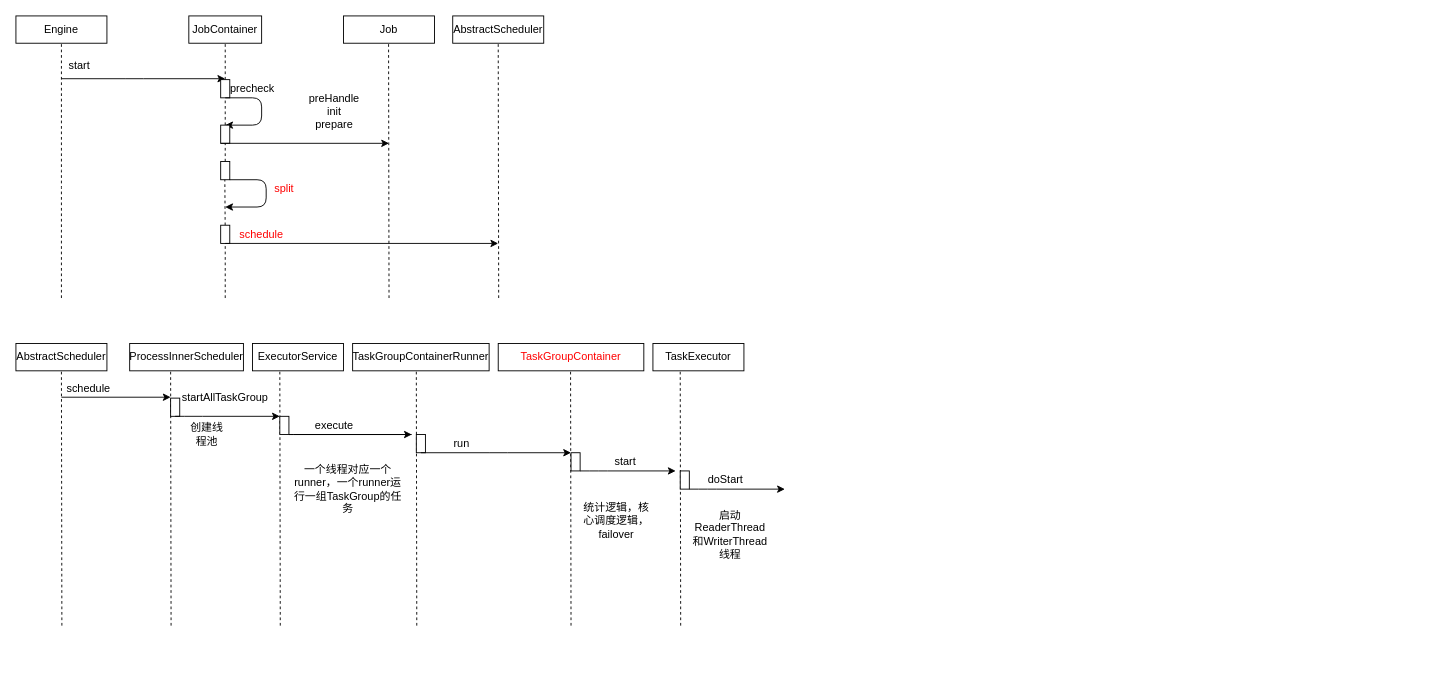
Before: DataX.drawio in yeahsyoung/diagram, a draw.io diagram. Source tidied: cells renumbered, new cells numbered last; positions are measured from the earlier drawing's top-left corner, leaving out a move shared by most shapes. Both pictures are drawn from the tidied source at 91%, with x=0, y=0 at pixel (15, 15).
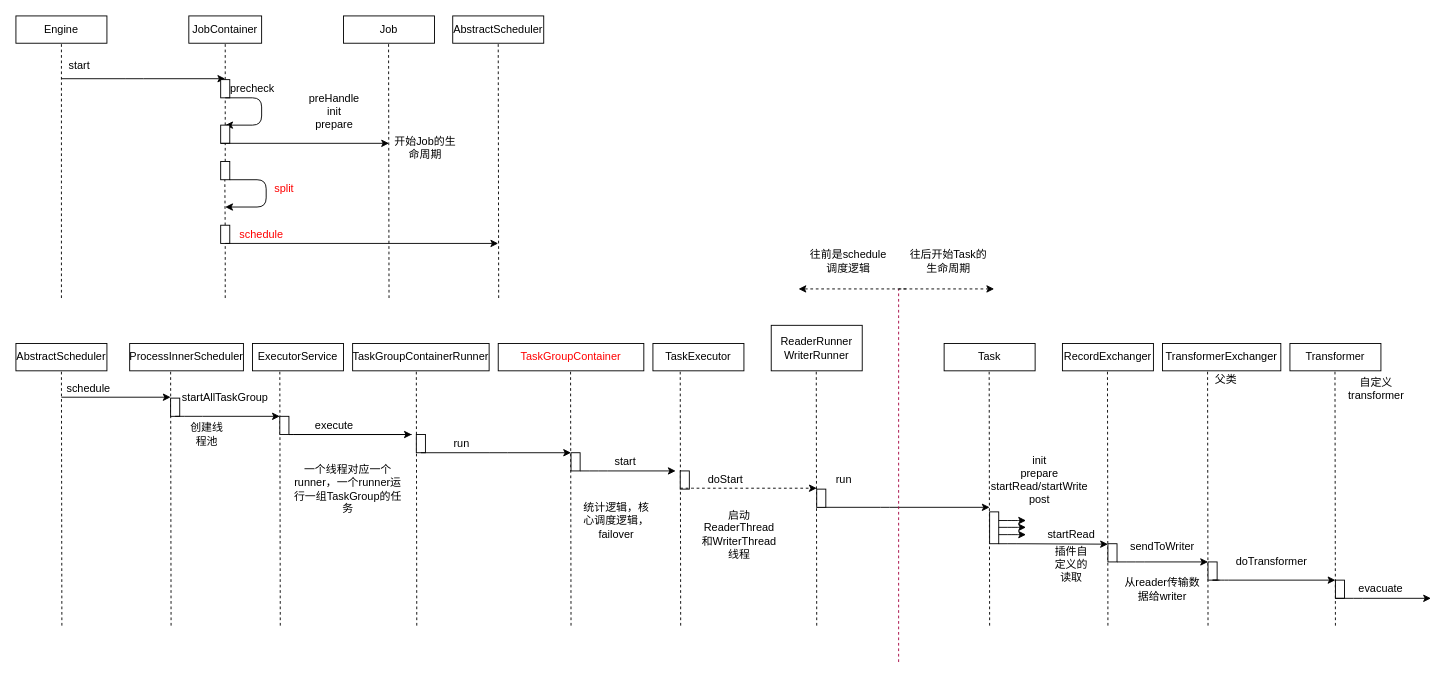
After the change.

Diff of the diagram source:
```diff
@@
-    <mxCell id="55" style="endArrow=classic;html=1;" parent="1" edge="1">
-      <mxGeometry relative="1" as="geometry">
-        <mxPoint x="740" y="520" as="sourcePoint" />
-        <mxPoint x="845" y="520" as="targetPoint" />
-        <Array as="points">
-          <mxPoint x="760" y="520" />
-        </Array>
-      </mxGeometry>
-    </mxCell>
@@
     <mxCell id="57" value="启动ReaderThread和WriterThread线程" style="text;html=1;strokeColor=none;fillColor=none;align=center;verticalAlign=middle;whiteSpace=wrap;rounded=0;" parent="1" vertex="1">
-      <mxGeometry x="740" y="530" width="90" height="80" as="geometry" />
+      <mxGeometry x="750" y="530" width="90" height="80" as="geometry" />
     </mxCell>
@@
+    <mxCell id="61" value="ReaderRunner&lt;br&gt;WriterRunner" style="rounded=0;whiteSpace=wrap;html=1;" parent="1" vertex="1">
+      <mxGeometry x="830" y="340" width="100" height="50" as="geometry" />
+    </mxCell>
+    <mxCell id="62" style="endArrow=none;dashed=1;html=1;" parent="1" edge="1">
+      <mxGeometry relative="1" as="geometry">
+        <mxPoint x="880" y="670" as="sourcePoint" />
+        <mxPoint x="879.5" y="390" as="targetPoint" />
+      </mxGeometry>
+    </mxCell>
+    <mxCell id="63" value="run" style="text;html=1;strokeColor=none;fillColor=none;align=center;verticalAlign=middle;whiteSpace=wrap;rounded=0;" parent="1" vertex="1">
+      <mxGeometry x="890" y="500" width="40" height="20" as="geometry" />
+    </mxCell>
+    <mxCell id="64" style="endArrow=classic;html=1;dashed=1;" parent="1" edge="1">
+      <mxGeometry relative="1" as="geometry">
+        <mxPoint x="730" y="519" as="sourcePoint" />
+        <mxPoint x="880" y="519" as="targetPoint" />
+        <Array as="points">
+          <mxPoint x="750" y="519" />
+        </Array>
+      </mxGeometry>
+    </mxCell>
+    <mxCell id="65" value="init&lt;br&gt;prepare&lt;br&gt;startRead/startWrite&lt;br&gt;post" style="text;html=1;strokeColor=none;fillColor=none;align=center;verticalAlign=middle;whiteSpace=wrap;rounded=0;" parent="1" vertex="1">
+      <mxGeometry x="1060" y="480" width="130" height="60" as="geometry" />
+    </mxCell>
+    <mxCell id="66" value="开始Job的生命周期" style="text;html=1;strokeColor=none;fillColor=none;align=center;verticalAlign=middle;whiteSpace=wrap;rounded=0;" parent="1" vertex="1">
+      <mxGeometry x="410" y="130" width="80" height="30" as="geometry" />
+    </mxCell>
+    <mxCell id="67" value="Task" style="rounded=0;whiteSpace=wrap;html=1;" parent="1" vertex="1">
+      <mxGeometry x="1020" y="360" width="100" height="30" as="geometry" />
+    </mxCell>
+    <mxCell id="68" style="endArrow=classic;html=1;" parent="1" edge="1">
+      <mxGeometry relative="1" as="geometry">
+        <mxPoint x="880" y="540" as="sourcePoint" />
+        <mxPoint x="1070" y="540" as="targetPoint" />
+        <Array as="points">
+          <mxPoint x="960" y="540" />
+        </Array>
+      </mxGeometry>
+    </mxCell>
+    <mxCell id="69" style="endArrow=none;dashed=1;html=1;" parent="1" edge="1">
+      <mxGeometry relative="1" as="geometry">
+        <mxPoint x="1070" y="670" as="sourcePoint" />
+        <mxPoint x="1069.5" y="390" as="targetPoint" />
+      </mxGeometry>
+    </mxCell>
+    <mxCell id="70" style="rounded=0;whiteSpace=wrap;html=1;" parent="1" vertex="1">
+      <mxGeometry x="880" y="520" width="10" height="20" as="geometry" />
+    </mxCell>
+    <mxCell id="71" style="rounded=0;whiteSpace=wrap;html=1;" parent="1" vertex="1">
+      <mxGeometry x="1070" y="545" width="10" height="35" as="geometry" />
+    </mxCell>
+    <mxCell id="72" style="endArrow=classic;html=1;" parent="1" edge="1">
+      <mxGeometry relative="1" as="geometry">
+        <mxPoint x="1080" y="554.5" as="sourcePoint" />
+        <mxPoint x="1110" y="554.5" as="targetPoint" />
+        <Array as="points">
+          <mxPoint x="1100" y="554.5" />
+        </Array>
+      </mxGeometry>
+    </mxCell>
+    <mxCell id="73" style="endArrow=classic;html=1;" parent="1" edge="1">
+      <mxGeometry relative="1" as="geometry">
+        <mxPoint x="1080" y="562" as="sourcePoint" />
+        <mxPoint x="1110" y="562" as="targetPoint" />
+        <Array as="points">
+          <mxPoint x="1100" y="562" />
+        </Array>
+      </mxGeometry>
+    </mxCell>
+    <mxCell id="74" style="endArrow=classic;html=1;" parent="1" edge="1">
+      <mxGeometry relative="1" as="geometry">
+        <mxPoint x="1080" y="570" as="sourcePoint" />
+        <mxPoint x="1110" y="570" as="targetPoint" />
+        <Array as="points">
+          <mxPoint x="1100" y="570" />
+        </Array>
+      </mxGeometry>
+    </mxCell>
+    <mxCell id="75" style="endArrow=classic;html=1;" parent="1" edge="1">
+      <mxGeometry relative="1" as="geometry">
+        <mxPoint x="1080" y="580" as="sourcePoint" />
+        <mxPoint x="1200" y="580.5" as="targetPoint" />
+        <Array as="points">
+          <mxPoint x="1100" y="580" />
+        </Array>
+      </mxGeometry>
+    </mxCell>
+    <mxCell id="76" value="RecordExchanger" style="rounded=0;whiteSpace=wrap;html=1;" parent="1" vertex="1">
+      <mxGeometry x="1150" y="360" width="100" height="30" as="geometry" />
+    </mxCell>
+    <mxCell id="77" value="startRead" style="text;html=1;strokeColor=none;fillColor=none;align=center;verticalAlign=middle;whiteSpace=wrap;rounded=0;" parent="1" vertex="1">
+      <mxGeometry x="1140" y="560" width="40" height="20" as="geometry" />
+    </mxCell>
+    <mxCell id="78" style="endArrow=none;dashed=1;html=1;" parent="1" edge="1">
+      <mxGeometry relative="1" as="geometry">
+        <mxPoint x="1200" y="670" as="sourcePoint" />
+        <mxPoint x="1199.5" y="390" as="targetPoint" />
+      </mxGeometry>
+    </mxCell>
+    <mxCell id="79" style="rounded=0;whiteSpace=wrap;html=1;" parent="1" vertex="1">
+      <mxGeometry x="1200" y="580" width="10" height="20" as="geometry" />
+    </mxCell>
+    <mxCell id="80" value="TransformerExchanger" style="rounded=0;whiteSpace=wrap;html=1;" parent="1" vertex="1">
+      <mxGeometry x="1260" y="360" width="130" height="30" as="geometry" />
+    </mxCell>
+    <mxCell id="81" style="endArrow=none;dashed=1;html=1;" parent="1" edge="1">
+      <mxGeometry relative="1" as="geometry">
+        <mxPoint x="1310" y="670" as="sourcePoint" />
+        <mxPoint x="1309.5" y="390" as="targetPoint" />
+      </mxGeometry>
+    </mxCell>
+    <mxCell id="82" style="endArrow=classic;html=1;" parent="1" edge="1">
+      <mxGeometry relative="1" as="geometry">
+        <mxPoint x="1210" y="600" as="sourcePoint" />
+        <mxPoint x="1310" y="600" as="targetPoint" />
+        <Array as="points">
+          <mxPoint x="1230" y="600" />
+        </Array>
+      </mxGeometry>
+    </mxCell>
+    <mxCell id="83" value="sendToWriter" style="text;html=1;strokeColor=none;fillColor=none;align=center;verticalAlign=middle;whiteSpace=wrap;rounded=0;" parent="1" vertex="1">
+      <mxGeometry x="1240" y="572.5" width="40" height="20" as="geometry" />
+    </mxCell>
+    <mxCell id="84" value="父类" style="text;html=1;strokeColor=none;fillColor=none;align=center;verticalAlign=middle;whiteSpace=wrap;rounded=0;" parent="1" vertex="1">
+      <mxGeometry x="1310" y="390" width="40" height="20" as="geometry" />
+    </mxCell>
+    <mxCell id="85" style="rounded=0;whiteSpace=wrap;html=1;" parent="1" vertex="1">
+      <mxGeometry x="1310" y="600" width="10" height="20" as="geometry" />
+    </mxCell>
+    <mxCell id="86" style="endArrow=classic;html=1;" parent="1" edge="1">
+      <mxGeometry relative="1" as="geometry">
+        <mxPoint x="1322.5" y="620" as="sourcePoint" />
+        <mxPoint x="1450" y="620" as="targetPoint" />
+        <Array as="points">
+          <mxPoint x="1312.5" y="620" />
+          <mxPoint x="1322.5" y="620" />
+        </Array>
+      </mxGeometry>
+    </mxCell>
+    <mxCell id="87" value="doTransformer" style="text;html=1;strokeColor=none;fillColor=none;align=center;verticalAlign=middle;whiteSpace=wrap;rounded=0;" parent="1" vertex="1">
+      <mxGeometry x="1360" y="590" width="40" height="20" as="geometry" />
+    </mxCell>
+    <mxCell id="88" value="Transformer" style="rounded=0;whiteSpace=wrap;html=1;" parent="1" vertex="1">
+      <mxGeometry x="1400" y="360" width="100" height="30" as="geometry" />
+    </mxCell>
+    <mxCell id="89" style="endArrow=none;dashed=1;html=1;" parent="1" edge="1">
+      <mxGeometry relative="1" as="geometry">
+        <mxPoint x="1450" y="670" as="sourcePoint" />
+        <mxPoint x="1449.5" y="390" as="targetPoint" />
+      </mxGeometry>
+    </mxCell>
+    <mxCell id="90" style="rounded=0;whiteSpace=wrap;html=1;" parent="1" vertex="1">
+      <mxGeometry x="1450" y="620" width="10" height="20" as="geometry" />
+    </mxCell>
+    <mxCell id="91" style="endArrow=classic;html=1;" parent="1" edge="1">
+      <mxGeometry relative="1" as="geometry">
+        <mxPoint x="1450" y="640" as="sourcePoint" />
+        <mxPoint x="1555" y="640" as="targetPoint" />
+        <Array as="points">
+          <mxPoint x="1470" y="640" />
+        </Array>
+      </mxGeometry>
+    </mxCell>
+    <mxCell id="92" value="evacuate" style="text;html=1;strokeColor=none;fillColor=none;align=center;verticalAlign=middle;whiteSpace=wrap;rounded=0;" parent="1" vertex="1">
+      <mxGeometry x="1480" y="620" width="40" height="20" as="geometry" />
+    </mxCell>
+    <mxCell id="93" value="插件自定义的读取" style="text;html=1;strokeColor=none;fillColor=none;align=center;verticalAlign=middle;whiteSpace=wrap;rounded=0;" parent="1" vertex="1">
+      <mxGeometry x="1140" y="592.5" width="40" height="20" as="geometry" />
+    </mxCell>
+    <mxCell id="94" value="从reader传输数据给writer" style="text;html=1;strokeColor=none;fillColor=none;align=center;verticalAlign=middle;whiteSpace=wrap;rounded=0;" parent="1" vertex="1">
+      <mxGeometry x="1215" y="605" width="90" height="50" as="geometry" />
+    </mxCell>
+    <mxCell id="95" style="endArrow=none;dashed=1;html=1;fillColor=#d80073;strokeColor=#A50040;" parent="1" edge="1">
+      <mxGeometry relative="1" as="geometry">
+        <mxPoint x="970" y="710" as="sourcePoint" />
+        <mxPoint x="970" y="300" as="targetPoint" />
+      </mxGeometry>
+    </mxCell>
+    <mxCell id="96" value="自定义transformer" style="text;html=1;strokeColor=none;fillColor=none;align=center;verticalAlign=middle;whiteSpace=wrap;rounded=0;" parent="1" vertex="1">
+      <mxGeometry x="1450" y="390" width="90" height="40" as="geometry" />
+    </mxCell>
+    <mxCell id="97" style="endArrow=classic;html=1;dashed=1;" parent="1" edge="1">
+      <mxGeometry relative="1" as="geometry">
+        <mxPoint x="970" y="300" as="sourcePoint" />
+        <mxPoint x="1075" y="300" as="targetPoint" />
+      </mxGeometry>
+    </mxCell>
+    <mxCell id="98" style="endArrow=classic;html=1;dashed=1;" parent="1" edge="1">
+      <mxGeometry relative="1" as="geometry">
+        <mxPoint x="978" y="300" as="sourcePoint" />
+        <mxPoint x="860" y="300" as="targetPoint" />
+        <Array as="points">
+          <mxPoint x="977.5" y="300" />
+        </Array>
+      </mxGeometry>
+    </mxCell>
+    <mxCell id="99" value="往前是schedule调度逻辑" style="text;html=1;strokeColor=none;fillColor=none;align=center;verticalAlign=middle;whiteSpace=wrap;rounded=0;" parent="1" vertex="1">
+      <mxGeometry x="870" y="250" width="90" height="40" as="geometry" />
+    </mxCell>
+    <mxCell id="100" value="往后开始Task的生命周期" style="text;html=1;strokeColor=none;fillColor=none;align=center;verticalAlign=middle;whiteSpace=wrap;rounded=0;" parent="1" vertex="1">
+      <mxGeometry x="980" y="250" width="90" height="40" as="geometry" />
+    </mxCell>
```
